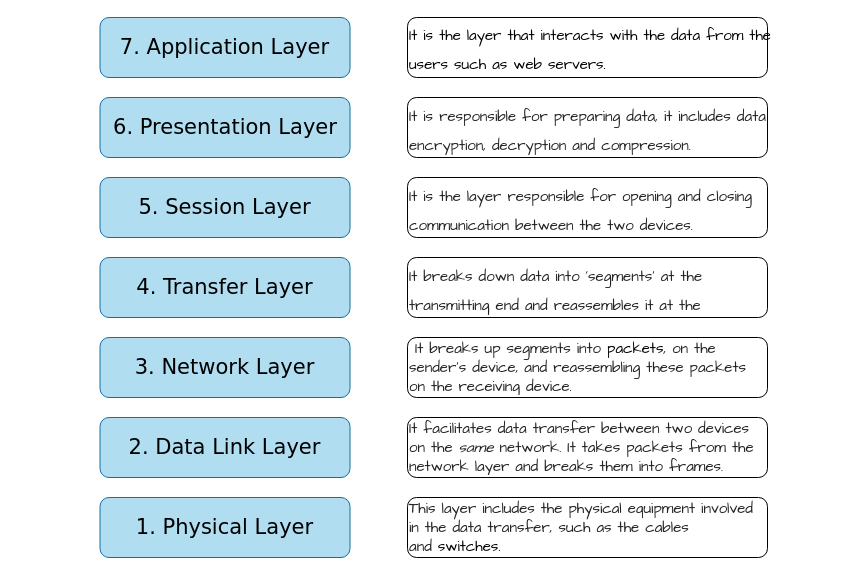
vvvvvvss/OSI keeps this draw.io diagram as Untitled Diagram.drawio. Above is the earlier version. Source tidied: cells renumbered, new cells numbered last; positions are measured from the earlier drawing's top-left corner, leaving out a move shared by most shapes. Both pictures are drawn from the tidied source at 100%, with x=0, y=0 at pixel (99, 17).
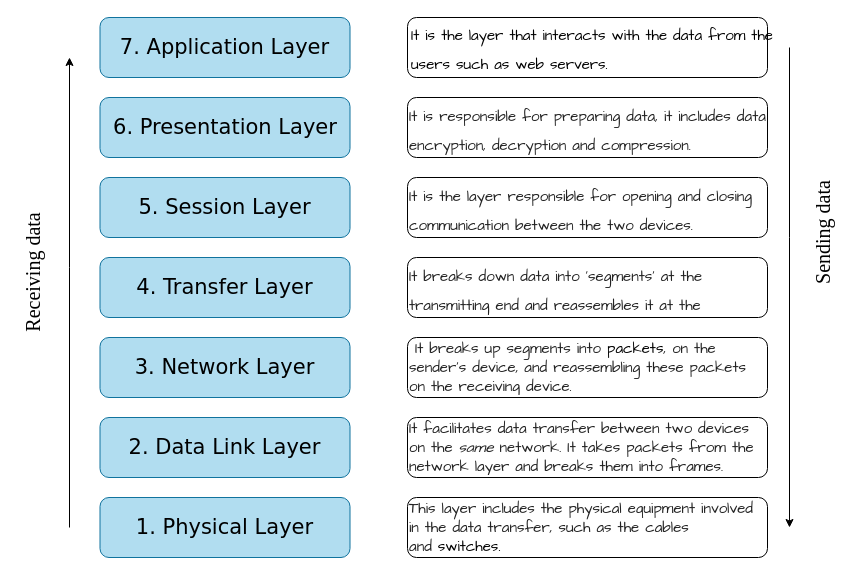
Above is the later version.

The edit, as a diff of the source:
```diff
@@
     <mxCell id="23" value="&lt;h1 style=&quot;margin-top: 0px;&quot;&gt;&lt;span style=&quot;font-weight: normal;&quot;&gt;&lt;font style=&quot;font-size: 15px;&quot;&gt;It is the layer that interacts with the data from the users such as web servers.&lt;/font&gt;&lt;/span&gt;&lt;/h1&gt;" style="text;html=1;whiteSpace=wrap;overflow=hidden;rounded=0;spacingTop=-5;spacingBottom=5;fillColor=none;fontFamily=Comic Sans MS;" parent="1" vertex="1">
-      <mxGeometry x="308" width="366" height="60" as="geometry" />
+      <mxGeometry x="310" width="366" height="60" as="geometry" />
     </mxCell>
@@
+    <mxCell id="30" style="endArrow=classic;html=1;rounded=0;fontFamily=Helvetica;fontSize=12;fontColor=default;" parent="1" edge="1">
+      <mxGeometry relative="1" as="geometry">
+        <mxPoint x="-30" y="510" as="sourcePoint" />
+        <mxPoint x="-30" y="40" as="targetPoint" />
+        <Array as="points">
+          <mxPoint x="-30" y="250" />
+        </Array>
+      </mxGeometry>
+    </mxCell>
+    <mxCell id="31" value="&lt;font style=&quot;font-size: 20px;&quot; face=&quot;Times New Roman&quot;&gt;Receiving data&lt;/font&gt;" style="text;html=1;align=center;verticalAlign=middle;whiteSpace=wrap;rounded=0;fontFamily=Helvetica;fontSize=12;fontColor=default;flipV=1;flipH=1;rotation=-90;" parent="1" vertex="1">
+      <mxGeometry x="-240" y="240" width="345" height="30" as="geometry" />
+    </mxCell>
+    <mxCell id="32" style="endArrow=classic;html=1;rounded=0;fontFamily=Helvetica;fontSize=12;fontColor=default;" parent="1" edge="1">
+      <mxGeometry relative="1" as="geometry">
+        <mxPoint x="690" y="30" as="sourcePoint" />
+        <mxPoint x="690" y="510" as="targetPoint" />
+        <Array as="points">
+          <mxPoint x="690" y="220" />
+        </Array>
+      </mxGeometry>
+    </mxCell>
+    <mxCell id="33" value="&lt;font style=&quot;font-size: 20px;&quot; face=&quot;Times New Roman&quot;&gt;Sending data&lt;/font&gt;" style="text;html=1;align=center;verticalAlign=middle;whiteSpace=wrap;rounded=0;fontFamily=Helvetica;fontSize=12;fontColor=default;flipV=1;flipH=1;rotation=-90;" parent="1" vertex="1">
+      <mxGeometry x="550" y="200" width="345" height="30" as="geometry" />
+    </mxCell>
```
